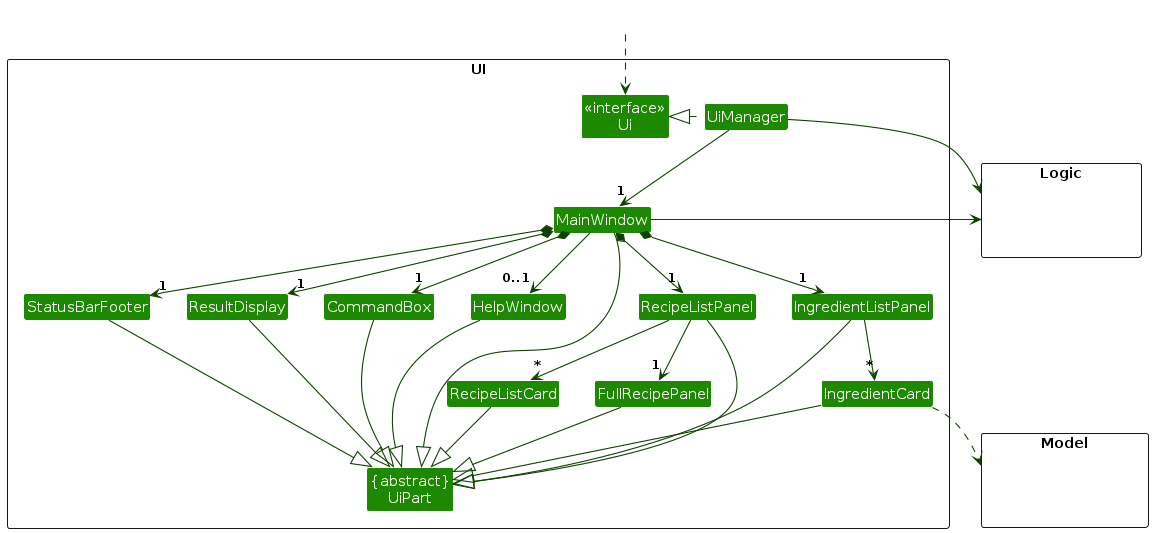
Before: diagrams/UiClassDiagram.png, a diagram exported from PlantUML (prawnzyy/tp). Its source is kept beside it as diagrams/UiClassDiagram.puml. Its diagram source:
```plantuml
@startuml
!include style.puml
skinparam arrowThickness 1.1
skinparam arrowColor UI_COLOR_T4
skinparam classBackgroundColor UI_COLOR

package UI <<Rectangle>>{
Class "<<interface>>\nUi" as Ui
Class "{abstract}\nUiPart" as UiPart
Class UiManager
Class MainWindow
Class HelpWindow
Class ResultDisplay
Class IngredientListPanel
Class IngredientCard
Class RecipeListPanel
Class RecipeListCard
Class FullRecipePanel
Class StatusBarFooter
Class CommandBox
}

package Model <<Rectangle>> {
Class HiddenModel #FFFFFF
}

package Logic <<Rectangle>> {
Class HiddenLogic #FFFFFF
}

Class HiddenOutside #FFFFFF
HiddenOutside ..> Ui

UiManager .left.|> Ui
UiManager -down-> "1" MainWindow
MainWindow *-down->  "1" CommandBox
MainWindow *-down-> "1" ResultDisplay
MainWindow *-down-> "1" IngredientListPanel
MainWindow *-down-> "1" RecipeListPanel
MainWindow *-down-> "1" StatusBarFooter
MainWindow --> "0..1" HelpWindow

IngredientListPanel -down-> "*" IngredientCard

RecipeListPanel -down-> "*" RecipeListCard
RecipeListPanel -down-> "1" FullRecipePanel

MainWindow -left-|> UiPart

ResultDisplay --|> UiPart
CommandBox --|> UiPart
IngredientListPanel --|> UiPart
IngredientCard --|> UiPart
RecipeListPanel --|> UiPart
RecipeListCard --|> UiPart
FullRecipePanel --|> UiPart
StatusBarFooter --|> UiPart
HelpWindow --|> UiPart

IngredientCard ..> Model
UiManager -right-> Logic
MainWindow -left-> Logic

IngredientListPanel -[hidden]left- HelpWindow
HelpWindow -[hidden]left- CommandBox
CommandBox -[hidden]left- ResultDisplay
ResultDisplay -[hidden]left- StatusBarFooter

MainWindow -[hidden]-|> UiPart
@enduml
```
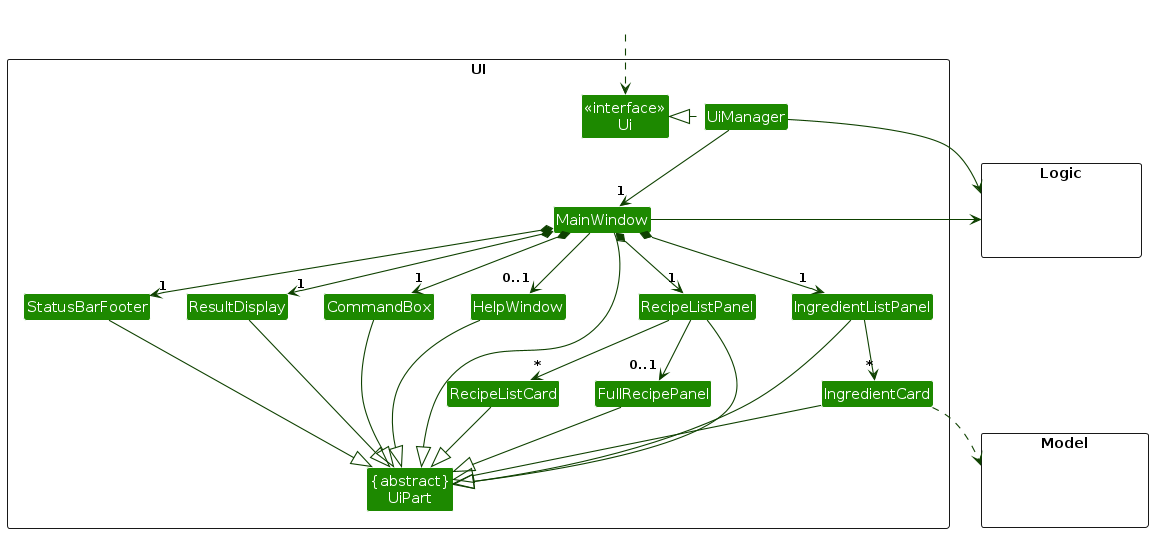
After the commit.

Change to the diagram source:
```diff
@@ -43,7 +43,7 @@
 IngredientListPanel -down-> "*" IngredientCard
 
 RecipeListPanel -down-> "*" RecipeListCard
-RecipeListPanel -down-> "1" FullRecipePanel
+RecipeListPanel -down-> "0..1" FullRecipePanel
 
 MainWindow -left-|> UiPart
 
```
